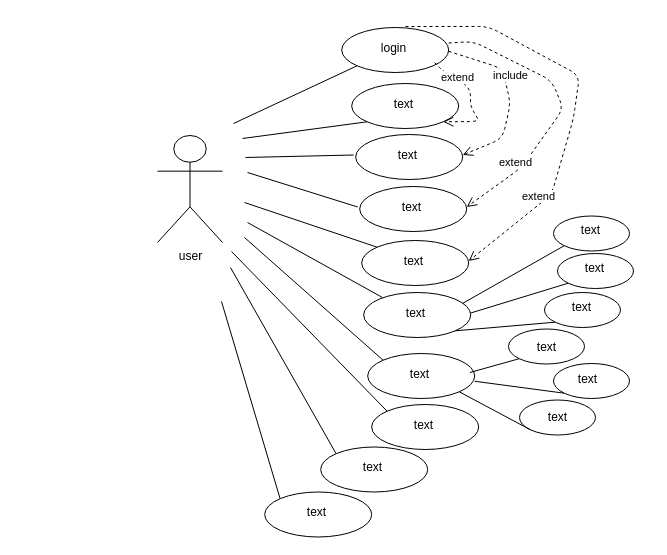
The draw.io diagram Untitled Diagram.drawio in shamaabuhassan/Charts, before the edit. Source tidied: cells renumbered, new cells numbered last; positions are measured from the earlier drawing's top-left corner, leaving out a move shared by most shapes. Both pictures are drawn from the tidied source at 100%, with x=0, y=0 at pixel (157, 26).
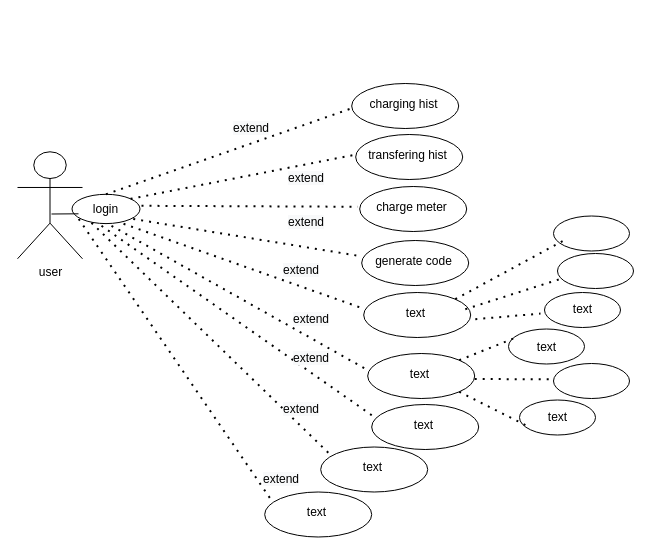
Above is the later version.

The change refers to these unchanged cells:
```xml
<mxCell id="6" style="ellipse;whiteSpace=wrap;html=1;" parent="1" vertex="1">
  <mxGeometry x="194.2" y="57" width="107" height="45" as="geometry" />
</mxCell>
<mxCell id="15" style="ellipse;whiteSpace=wrap;html=1;" parent="1" vertex="1">
  <mxGeometry x="204.2" y="214" width="107" height="45" as="geometry" />
</mxCell>
<mxCell id="18" style="ellipse;whiteSpace=wrap;html=1;" parent="1" vertex="1">
  <mxGeometry x="206.2" y="266" width="107" height="45" as="geometry" />
</mxCell>
<mxCell id="19" value="text" style="text;html=1;strokeColor=none;fillColor=none;align=center;verticalAlign=middle;whiteSpace=wrap;rounded=0;" parent="1" vertex="1">
  <mxGeometry x="204.2" y="276.5" width="109" height="20" as="geometry" />
</mxCell>
<mxCell id="21" style="ellipse;whiteSpace=wrap;html=1;" parent="1" vertex="1">
  <mxGeometry x="210.2" y="327" width="107" height="45" as="geometry" />
</mxCell>
<mxCell id="22" value="text" style="text;html=1;strokeColor=none;fillColor=none;align=center;verticalAlign=middle;whiteSpace=wrap;rounded=0;" parent="1" vertex="1">
  <mxGeometry x="208.2" y="337.5" width="109" height="20" as="geometry" />
</mxCell>
<mxCell id="24" style="ellipse;whiteSpace=wrap;html=1;" parent="1" vertex="1">
  <mxGeometry x="214.2" y="378" width="107" height="45" as="geometry" />
</mxCell>
<mxCell id="27" style="ellipse;whiteSpace=wrap;html=1;" parent="1" vertex="1">
  <mxGeometry x="163.2" y="420.5" width="107" height="45" as="geometry" />
</mxCell>
<mxCell id="28" value="text" style="text;html=1;strokeColor=none;fillColor=none;align=center;verticalAlign=middle;whiteSpace=wrap;rounded=0;" parent="1" vertex="1">
  <mxGeometry x="161.2" y="431" width="109" height="20" as="geometry" />
</mxCell>
<mxCell id="30" style="ellipse;whiteSpace=wrap;html=1;" parent="1" vertex="1">
  <mxGeometry x="107.2" y="465.5" width="107" height="45" as="geometry" />
</mxCell>
<mxCell id="31" value="text" style="text;html=1;strokeColor=none;fillColor=none;align=center;verticalAlign=middle;whiteSpace=wrap;rounded=0;" parent="1" vertex="1">
  <mxGeometry x="105.2" y="476" width="109" height="20" as="geometry" />
</mxCell>
<mxCell id="37" style="ellipse;whiteSpace=wrap;html=1;" parent="1" vertex="1">
  <mxGeometry x="396" y="189.5" width="76" height="35" as="geometry" />
</mxCell>
<mxCell id="40" style="ellipse;whiteSpace=wrap;html=1;" parent="1" vertex="1">
  <mxGeometry x="400" y="227" width="76" height="35" as="geometry" />
</mxCell>
<mxCell id="43" style="ellipse;whiteSpace=wrap;html=1;" parent="1" vertex="1">
  <mxGeometry x="387" y="266" width="76" height="35" as="geometry" />
</mxCell>
<mxCell id="46" style="ellipse;whiteSpace=wrap;html=1;" parent="1" vertex="1">
  <mxGeometry x="351" y="302.5" width="76" height="35" as="geometry" />
</mxCell>
<mxCell id="48" style="ellipse;whiteSpace=wrap;html=1;" parent="1" vertex="1">
  <mxGeometry x="396" y="337" width="76" height="35" as="geometry" />
</mxCell>
<mxCell id="50" style="ellipse;whiteSpace=wrap;html=1;" parent="1" vertex="1">
  <mxGeometry x="362" y="373.5" width="76" height="35" as="geometry" />
</mxCell>
<mxCell id="52" value="text" style="text;html=1;strokeColor=none;fillColor=none;align=center;verticalAlign=middle;whiteSpace=wrap;rounded=0;" parent="1" vertex="1">
  <mxGeometry x="334.5" y="311" width="109" height="20" as="geometry" />
</mxCell>
<mxCell id="54" value="text" style="text;html=1;strokeColor=none;fillColor=none;align=center;verticalAlign=middle;whiteSpace=wrap;rounded=0;" parent="1" vertex="1">
  <mxGeometry x="345.5" y="381" width="109" height="20" as="geometry" />
</mxCell>
```

Change to the diagram source:
```diff
@@
     <mxCell id="2" value="user" style="shape=umlActor;verticalLabelPosition=bottom;labelBackgroundColor=#ffffff;verticalAlign=top;html=1;" parent="1" vertex="1">
-      <mxGeometry y="109" width="65" height="107" as="geometry" />
+      <mxGeometry x="-140" y="125.3" width="65" height="107" as="geometry" />
     </mxCell>
     <mxCell id="3" style="ellipse;whiteSpace=wrap;html=1;" parent="1" vertex="1">
-      <mxGeometry x="184.2" y="1" width="107" height="45" as="geometry" />
+      <mxGeometry x="-85.5" y="167.8" width="68" height="29.3" as="geometry" />
     </mxCell>
     <mxCell id="4" value="login" style="text;html=1;strokeColor=none;fillColor=none;align=center;verticalAlign=middle;whiteSpace=wrap;rounded=0;" parent="1" vertex="1">
-      <mxGeometry x="182.2" y="11.5" width="109" height="20" as="geometry" />
+      <mxGeometry x="-106" y="172.5" width="109" height="20" as="geometry" />
     </mxCell>
-    <mxCell id="5" style="endArrow=none;html=1;entryX=0;entryY=1;entryDx=0;entryDy=0;" parent="1" edge="1" target="3">
+    <mxCell id="5" style="endArrow=none;html=1;exitX=0;exitY=0.75;exitDx=0;exitDy=0;" parent="1" edge="1" source="4">
       <mxGeometry relative="1" as="geometry">
-        <mxPoint x="76" y="97" as="sourcePoint" />
+        <mxPoint x="-79" y="187.3" as="targetPoint" />
       </mxGeometry>
     </mxCell>
@@
-    <mxCell id="7" value="text" style="text;html=1;strokeColor=none;fillColor=none;align=center;verticalAlign=middle;whiteSpace=wrap;rounded=0;" parent="1" vertex="1">
+    <mxCell id="7" value="charging hist" style="text;html=1;strokeColor=none;fillColor=none;align=center;verticalAlign=middle;whiteSpace=wrap;rounded=0;" parent="1" vertex="1">
       <mxGeometry x="192.2" y="67.5" width="109" height="20" as="geometry" />
     </mxCell>
-    <mxCell id="8" style="endArrow=none;html=1;entryX=0;entryY=1;entryDx=0;entryDy=0;" parent="1" edge="1" target="6">
-      <mxGeometry relative="1" as="geometry">
-        <mxPoint x="85" y="112" as="sourcePoint" />
-      </mxGeometry>
-    </mxCell>
@@
-    <mxCell id="10" value="text" style="text;html=1;strokeColor=none;fillColor=none;align=center;verticalAlign=middle;whiteSpace=wrap;rounded=0;" parent="1" vertex="1">
+    <mxCell id="10" value="transfering hist" style="text;html=1;strokeColor=none;fillColor=none;align=center;verticalAlign=middle;whiteSpace=wrap;rounded=0;" parent="1" vertex="1">
       <mxGeometry x="196.2" y="118.5" width="109" height="20" as="geometry" />
     </mxCell>
-    <mxCell id="11" style="endArrow=none;html=1;entryX=0;entryY=0.5;entryDx=0;entryDy=0;" parent="1" edge="1" target="10">
-      <mxGeometry relative="1" as="geometry">
-        <mxPoint x="88" y="131" as="sourcePoint" />
-      </mxGeometry>
-    </mxCell>
@@
-    <mxCell id="13" value="text" style="text;html=1;strokeColor=none;fillColor=none;align=center;verticalAlign=middle;whiteSpace=wrap;rounded=0;" parent="1" vertex="1">
+    <mxCell id="13" value="charge meter" style="text;html=1;strokeColor=none;fillColor=none;align=center;verticalAlign=middle;whiteSpace=wrap;rounded=0;" parent="1" vertex="1">
       <mxGeometry x="200.2" y="170.5" width="109" height="20" as="geometry" />
     </mxCell>
-    <mxCell id="14" style="endArrow=none;html=1;entryX=0;entryY=0.5;entryDx=0;entryDy=0;" parent="1" edge="1" target="13">
-      <mxGeometry relative="1" as="geometry">
-        <mxPoint x="90" y="146" as="sourcePoint" />
-      </mxGeometry>
-    </mxCell>
@@
-    <mxCell id="16" value="text" style="text;html=1;strokeColor=none;fillColor=none;align=center;verticalAlign=middle;whiteSpace=wrap;rounded=0;" parent="1" vertex="1">
+    <mxCell id="16" value="generate code" style="text;html=1;strokeColor=none;fillColor=none;align=center;verticalAlign=middle;whiteSpace=wrap;rounded=0;" parent="1" vertex="1">
       <mxGeometry x="202.2" y="224.5" width="109" height="20" as="geometry" />
     </mxCell>
-    <mxCell id="17" style="endArrow=none;html=1;entryX=0;entryY=0;entryDx=0;entryDy=0;" parent="1" edge="1" target="15">
-      <mxGeometry relative="1" as="geometry">
-        <mxPoint x="87" y="176" as="sourcePoint" />
-      </mxGeometry>
-    </mxCell>
@@
-    <mxCell id="20" style="endArrow=none;html=1;" parent="1" edge="1">
-      <mxGeometry relative="1" as="geometry">
-        <mxPoint x="90" y="196" as="sourcePoint" />
-        <mxPoint x="225" y="271" as="targetPoint" />
-      </mxGeometry>
-    </mxCell>
@@
-    <mxCell id="23" style="endArrow=none;html=1;entryX=0;entryY=0;entryDx=0;entryDy=0;" parent="1" edge="1" target="21">
-      <mxGeometry relative="1" as="geometry">
-        <mxPoint x="87" y="211" as="sourcePoint" />
-      </mxGeometry>
-    </mxCell>
@@
-    <mxCell id="26" style="endArrow=none;html=1;entryX=0;entryY=0;entryDx=0;entryDy=0;" parent="1" edge="1" target="24">
-      <mxGeometry relative="1" as="geometry">
-        <mxPoint x="74" y="225" as="sourcePoint" />
-      </mxGeometry>
-    </mxCell>
@@
-    <mxCell id="29" style="endArrow=none;html=1;entryX=0;entryY=0;entryDx=0;entryDy=0;" parent="1" edge="1" target="27">
-      <mxGeometry relative="1" as="geometry">
-        <mxPoint x="73" y="241" as="sourcePoint" />
-      </mxGeometry>
-    </mxCell>
@@
-    <mxCell id="32" style="endArrow=none;html=1;entryX=0;entryY=0;entryDx=0;entryDy=0;" parent="1" edge="1" target="30">
-      <mxGeometry relative="1" as="geometry">
-        <mxPoint x="64" y="275" as="sourcePoint" />
-      </mxGeometry>
-    </mxCell>
-    <mxCell id="33" value="include" style="html=1;verticalAlign=bottom;endArrow=open;dashed=1;endSize=8;exitX=1;exitY=1;exitDx=0;exitDy=0;entryX=1;entryY=0.5;entryDx=0;entryDy=0;" parent="1" edge="1" target="10">
-      <mxGeometry x="-0.14" y="5" relative="1" as="geometry">
-        <mxPoint x="291.2" y="24.8" as="sourcePoint" />
-        <Array as="points">
-          <mxPoint x="345" y="42" />
-          <mxPoint x="353" y="77" />
-          <mxPoint x="345" y="112" />
-        </Array>
-        <mxPoint x="-1" as="offset" />
-      </mxGeometry>
-    </mxCell>
-    <mxCell id="34" value="extend" style="html=1;verticalAlign=bottom;endArrow=open;dashed=1;endSize=8;entryX=1;entryY=1;entryDx=0;entryDy=0;" parent="1" edge="1" target="6">
-      <mxGeometry x="-0.45" y="-6" relative="1" as="geometry">
-        <mxPoint x="277" y="36" as="sourcePoint" />
-        <Array as="points">
-          <mxPoint x="286" y="45" />
-          <mxPoint x="313" y="61" />
-          <mxPoint x="313" y="80" />
-          <mxPoint x="322" y="95" />
-        </Array>
-      </mxGeometry>
-    </mxCell>
-    <mxCell id="35" value="extend" style="html=1;verticalAlign=bottom;endArrow=open;dashed=1;endSize=8;exitX=1;exitY=0.25;exitDx=0;exitDy=0;entryX=1;entryY=0.5;entryDx=0;entryDy=0;" parent="1" edge="1" source="4" target="13">
-      <mxGeometry x="0.57" relative="1" as="geometry">
-        <Array as="points">
-          <mxPoint x="316" y="15" />
-          <mxPoint x="394" y="54" />
-          <mxPoint x="406" y="82" />
-          <mxPoint x="364" y="141" />
-        </Array>
-      </mxGeometry>
-    </mxCell>
-    <mxCell id="36" value="extend" style="html=1;verticalAlign=bottom;endArrow=open;dashed=1;endSize=8;entryX=1;entryY=0.5;entryDx=0;entryDy=0;" parent="1" edge="1" target="16">
-      <mxGeometry x="0.57" relative="1" as="geometry">
-        <mxPoint x="248" as="sourcePoint" />
-        <Array as="points">
-          <mxPoint x="331" />
-          <mxPoint x="422" y="49" />
-          <mxPoint x="416" y="92" />
-          <mxPoint x="394" y="168" />
-        </Array>
-      </mxGeometry>
-    </mxCell>
@@
-    <mxCell id="38" value="text" style="text;html=1;strokeColor=none;fillColor=none;align=center;verticalAlign=middle;whiteSpace=wrap;rounded=0;" parent="1" vertex="1">
-      <mxGeometry x="379" y="194" width="109" height="20" as="geometry" />
-    </mxCell>
-    <mxCell id="39" style="endArrow=none;html=1;exitX=0.924;exitY=0.025;exitDx=0;exitDy=0;exitPerimeter=0;entryX=0;entryY=1;entryDx=0;entryDy=0;" parent="1" edge="1" source="19" target="37">
-      <mxGeometry relative="1" as="geometry" />
-    </mxCell>
@@
-    <mxCell id="41" value="text" style="text;html=1;strokeColor=none;fillColor=none;align=center;verticalAlign=middle;whiteSpace=wrap;rounded=0;" parent="1" vertex="1">
-      <mxGeometry x="383" y="231.5" width="109" height="20" as="geometry" />
-    </mxCell>
-    <mxCell id="42" style="endArrow=none;html=1;exitX=1;exitY=0.5;exitDx=0;exitDy=0;entryX=0;entryY=1;entryDx=0;entryDy=0;" parent="1" edge="1" source="19" target="40">
-      <mxGeometry relative="1" as="geometry" />
-    </mxCell>
@@
     <mxCell id="44" value="text" style="text;html=1;strokeColor=none;fillColor=none;align=center;verticalAlign=middle;whiteSpace=wrap;rounded=0;" parent="1" vertex="1">
-      <mxGeometry x="370" y="270.5" width="109" height="20" as="geometry" />
+      <mxGeometry x="383" y="272.2" width="85" height="22.5" as="geometry" />
     </mxCell>
-    <mxCell id="45" style="endArrow=none;html=1;exitX=1;exitY=1;exitDx=0;exitDy=0;entryX=0;entryY=1;entryDx=0;entryDy=0;" parent="1" edge="1" source="18" target="43">
-      <mxGeometry relative="1" as="geometry" />
-    </mxCell>
@@
-    <mxCell id="47" style="endArrow=none;html=1;exitX=0.924;exitY=0.025;exitDx=0;exitDy=0;exitPerimeter=0;entryX=0;entryY=1;entryDx=0;entryDy=0;" parent="1" edge="1" target="46">
-      <mxGeometry relative="1" as="geometry">
-        <mxPoint x="312.4" y="346" as="sourcePoint" />
-      </mxGeometry>
-    </mxCell>
@@
-    <mxCell id="49" style="endArrow=none;html=1;entryX=0;entryY=1;entryDx=0;entryDy=0;" parent="1" edge="1" source="22" target="48">
-      <mxGeometry relative="1" as="geometry" />
-    </mxCell>
@@
-    <mxCell id="51" style="endArrow=none;html=1;exitX=1;exitY=1;exitDx=0;exitDy=0;entryX=0;entryY=1;entryDx=0;entryDy=0;" parent="1" edge="1" source="21" target="50">
-      <mxGeometry relative="1" as="geometry" />
-    </mxCell>
@@
-    <mxCell id="53" value="text" style="text;html=1;strokeColor=none;fillColor=none;align=center;verticalAlign=middle;whiteSpace=wrap;rounded=0;" parent="1" vertex="1">
-      <mxGeometry x="376" y="343" width="109" height="20" as="geometry" />
-    </mxCell>
@@
+    <mxCell id="55" style="endArrow=none;dashed=1;html=1;dashPattern=1 3;strokeWidth=2;entryX=0.25;entryY=1;entryDx=0;entryDy=0;exitX=1;exitY=0;exitDx=0;exitDy=0;" parent="1" edge="1" source="18">
+      <mxGeometry relative="1" as="geometry">
+        <mxPoint x="406.2" y="214" as="targetPoint" />
+      </mxGeometry>
+    </mxCell>
+    <mxCell id="56" style="endArrow=none;dashed=1;html=1;dashPattern=1 3;strokeWidth=2;exitX=1;exitY=0;exitDx=0;exitDy=0;" parent="1" edge="1">
+      <mxGeometry relative="1" as="geometry">
+        <mxPoint x="307.8" y="282.7" as="sourcePoint" />
+        <mxPoint x="406" y="251.5" as="targetPoint" />
+      </mxGeometry>
+    </mxCell>
+    <mxCell id="57" style="endArrow=none;dashed=1;html=1;dashPattern=1 3;strokeWidth=2;exitX=1;exitY=0;exitDx=0;exitDy=0;" parent="1" edge="1" target="44">
+      <mxGeometry relative="1" as="geometry">
+        <mxPoint x="317.8" y="292.7" as="sourcePoint" />
+      </mxGeometry>
+    </mxCell>
+    <mxCell id="58" style="endArrow=none;dashed=1;html=1;dashPattern=1 3;strokeWidth=2;exitX=1;exitY=0;exitDx=0;exitDy=0;entryX=0.197;entryY=0.05;entryDx=0;entryDy=0;entryPerimeter=0;" parent="1" edge="1" source="21" target="52">
+      <mxGeometry relative="1" as="geometry" />
+    </mxCell>
+    <mxCell id="59" style="endArrow=none;dashed=1;html=1;dashPattern=1 3;strokeWidth=2;exitX=1;exitY=0.75;exitDx=0;exitDy=0;" parent="1" edge="1" source="22">
+      <mxGeometry relative="1" as="geometry">
+        <mxPoint x="394" y="352.8" as="targetPoint" />
+      </mxGeometry>
+    </mxCell>
+    <mxCell id="60" style="endArrow=none;dashed=1;html=1;dashPattern=1 3;strokeWidth=2;entryX=0.25;entryY=1;entryDx=0;entryDy=0;exitX=1;exitY=1;exitDx=0;exitDy=0;" parent="1" edge="1" source="21" target="54">
+      <mxGeometry relative="1" as="geometry" />
+    </mxCell>
+    <mxCell id="61" style="endArrow=none;dashed=1;html=1;dashPattern=1 3;strokeWidth=2;exitX=0.5;exitY=0;exitDx=0;exitDy=0;entryX=0;entryY=0.75;entryDx=0;entryDy=0;" parent="1" edge="1" source="3" target="7">
+      <mxGeometry relative="1" as="geometry" />
+    </mxCell>
+    <mxCell id="62" style="endArrow=none;dashed=1;html=1;dashPattern=1 3;strokeWidth=2;exitX=1;exitY=0;exitDx=0;exitDy=0;entryX=0;entryY=0.5;entryDx=0;entryDy=0;" parent="1" edge="1" source="3" target="10">
+      <mxGeometry relative="1" as="geometry" />
+    </mxCell>
+    <mxCell id="63" style="endArrow=none;dashed=1;html=1;dashPattern=1 3;strokeWidth=2;" parent="1" edge="1" target="13">
+      <mxGeometry relative="1" as="geometry">
+        <mxPoint x="-16" y="179.3" as="sourcePoint" />
+      </mxGeometry>
+    </mxCell>
+    <mxCell id="64" style="endArrow=none;dashed=1;html=1;dashPattern=1 3;strokeWidth=2;exitX=0.75;exitY=1;exitDx=0;exitDy=0;entryX=0;entryY=0.25;entryDx=0;entryDy=0;" parent="1" edge="1" source="4" target="16">
+      <mxGeometry relative="1" as="geometry" />
+    </mxCell>
+    <mxCell id="65" style="endArrow=none;dashed=1;html=1;dashPattern=1 3;strokeWidth=2;exitX=0.661;exitY=1.24;exitDx=0;exitDy=0;entryX=0;entryY=0.25;entryDx=0;entryDy=0;exitPerimeter=0;" parent="1" edge="1" source="4" target="19">
+      <mxGeometry relative="1" as="geometry" />
+    </mxCell>
+    <mxCell id="66" style="endArrow=none;dashed=1;html=1;dashPattern=1 3;strokeWidth=2;entryX=0;entryY=0.25;entryDx=0;entryDy=0;" parent="1" edge="1" target="22">
+      <mxGeometry relative="1" as="geometry">
+        <mxPoint x="-46" y="199.3" as="sourcePoint" />
+      </mxGeometry>
+    </mxCell>
+    <mxCell id="67" style="endArrow=none;dashed=1;html=1;dashPattern=1 3;strokeWidth=2;entryX=0.035;entryY=0.296;entryDx=0;entryDy=0;entryPerimeter=0;" parent="1" edge="1" target="24">
+      <mxGeometry relative="1" as="geometry">
+        <mxPoint x="-56" y="199.3" as="sourcePoint" />
+      </mxGeometry>
+    </mxCell>
+    <mxCell id="68" style="endArrow=none;dashed=1;html=1;dashPattern=1 3;strokeWidth=2;exitX=0.367;exitY=1.19;exitDx=0;exitDy=0;entryX=0.089;entryY=-0.235;entryDx=0;entryDy=0;entryPerimeter=0;exitPerimeter=0;" parent="1" edge="1" source="4" target="28">
+      <mxGeometry relative="1" as="geometry" />
+    </mxCell>
+    <mxCell id="69" style="endArrow=none;dashed=1;html=1;dashPattern=1 3;strokeWidth=2;entryX=0.071;entryY=-0.185;entryDx=0;entryDy=0;exitX=0.25;exitY=1;exitDx=0;exitDy=0;entryPerimeter=0;" parent="1" edge="1" source="4" target="31">
+      <mxGeometry relative="1" as="geometry" />
+    </mxCell>
+    <mxCell id="70" value="&lt;span style=&quot;color: rgb(0, 0, 0); font-family: helvetica; font-size: 12px; font-style: normal; font-weight: 400; letter-spacing: normal; text-align: center; text-indent: 0px; text-transform: none; word-spacing: 0px; background-color: rgb(248, 249, 250); display: inline; float: none;&quot;&gt;extend&lt;/span&gt;" style="text;whiteSpace=wrap;html=1;" parent="1" vertex="1">
+      <mxGeometry x="74" y="87.5" width="60" height="30" as="geometry" />
+    </mxCell>
+    <mxCell id="71" value="&#10;&#10;&lt;span style=&quot;color: rgb(0, 0, 0); font-family: helvetica; font-size: 12px; font-style: normal; font-weight: 400; letter-spacing: normal; text-align: center; text-indent: 0px; text-transform: none; word-spacing: 0px; background-color: rgb(248, 249, 250); display: inline; float: none;&quot;&gt;extend&lt;/span&gt;&#10;&#10;" style="text;whiteSpace=wrap;html=1;" parent="1" vertex="1">
+      <mxGeometry x="129" y="153" width="60" height="30" as="geometry" />
+    </mxCell>
+    <mxCell id="72" value="&lt;span style=&quot;color: rgb(0, 0, 0); font-family: helvetica; font-size: 12px; font-style: normal; font-weight: 400; letter-spacing: normal; text-align: center; text-indent: 0px; text-transform: none; word-spacing: 0px; background-color: rgb(248, 249, 250); display: inline; float: none;&quot;&gt;extend&lt;/span&gt;" style="text;whiteSpace=wrap;html=1;" parent="1" vertex="1">
+      <mxGeometry x="129" y="137.8" width="60" height="30" as="geometry" />
+    </mxCell>
+    <mxCell id="73" value="&lt;span style=&quot;color: rgb(0, 0, 0); font-family: helvetica; font-size: 12px; font-style: normal; font-weight: 400; letter-spacing: normal; text-align: center; text-indent: 0px; text-transform: none; word-spacing: 0px; background-color: rgb(248, 249, 250); display: inline; float: none;&quot;&gt;extend&lt;/span&gt;" style="text;whiteSpace=wrap;html=1;" parent="1" vertex="1">
+      <mxGeometry x="124" y="229.5" width="60" height="30" as="geometry" />
+    </mxCell>
+    <mxCell id="74" value="&#10;&#10;&lt;span style=&quot;color: rgb(0, 0, 0); font-family: helvetica; font-size: 12px; font-style: normal; font-weight: 400; letter-spacing: normal; text-align: center; text-indent: 0px; text-transform: none; word-spacing: 0px; background-color: rgb(248, 249, 250); display: inline; float: none;&quot;&gt;extend&lt;/span&gt;&#10;&#10;" style="text;whiteSpace=wrap;html=1;" parent="1" vertex="1">
+      <mxGeometry x="134.2" y="289.3" width="60" height="30" as="geometry" />
+    </mxCell>
+    <mxCell id="75" value="&lt;span style=&quot;color: rgb(0, 0, 0); font-family: helvetica; font-size: 12px; font-style: normal; font-weight: 400; letter-spacing: normal; text-align: center; text-indent: 0px; text-transform: none; word-spacing: 0px; background-color: rgb(248, 249, 250); display: inline; float: none;&quot;&gt;extend&lt;/span&gt;" style="text;whiteSpace=wrap;html=1;" parent="1" vertex="1">
+      <mxGeometry x="134" y="279.3" width="60" height="30" as="geometry" />
+    </mxCell>
+    <mxCell id="76" value="&lt;span style=&quot;color: rgb(0, 0, 0); font-family: helvetica; font-size: 12px; font-style: normal; font-weight: 400; letter-spacing: normal; text-align: center; text-indent: 0px; text-transform: none; word-spacing: 0px; background-color: rgb(248, 249, 250); display: inline; float: none;&quot;&gt;extend&lt;/span&gt;" style="text;whiteSpace=wrap;html=1;" parent="1" vertex="1">
+      <mxGeometry x="124" y="369.3" width="60" height="30" as="geometry" />
+    </mxCell>
+    <mxCell id="77" value="&lt;span style=&quot;color: rgb(0, 0, 0); font-family: helvetica; font-size: 12px; font-style: normal; font-weight: 400; letter-spacing: normal; text-align: center; text-indent: 0px; text-transform: none; word-spacing: 0px; background-color: rgb(248, 249, 250); display: inline; float: none;&quot;&gt;extend&lt;/span&gt;" style="text;whiteSpace=wrap;html=1;" parent="1" vertex="1">
+      <mxGeometry x="104" y="439.3" width="60" height="30" as="geometry" />
+    </mxCell>
```
